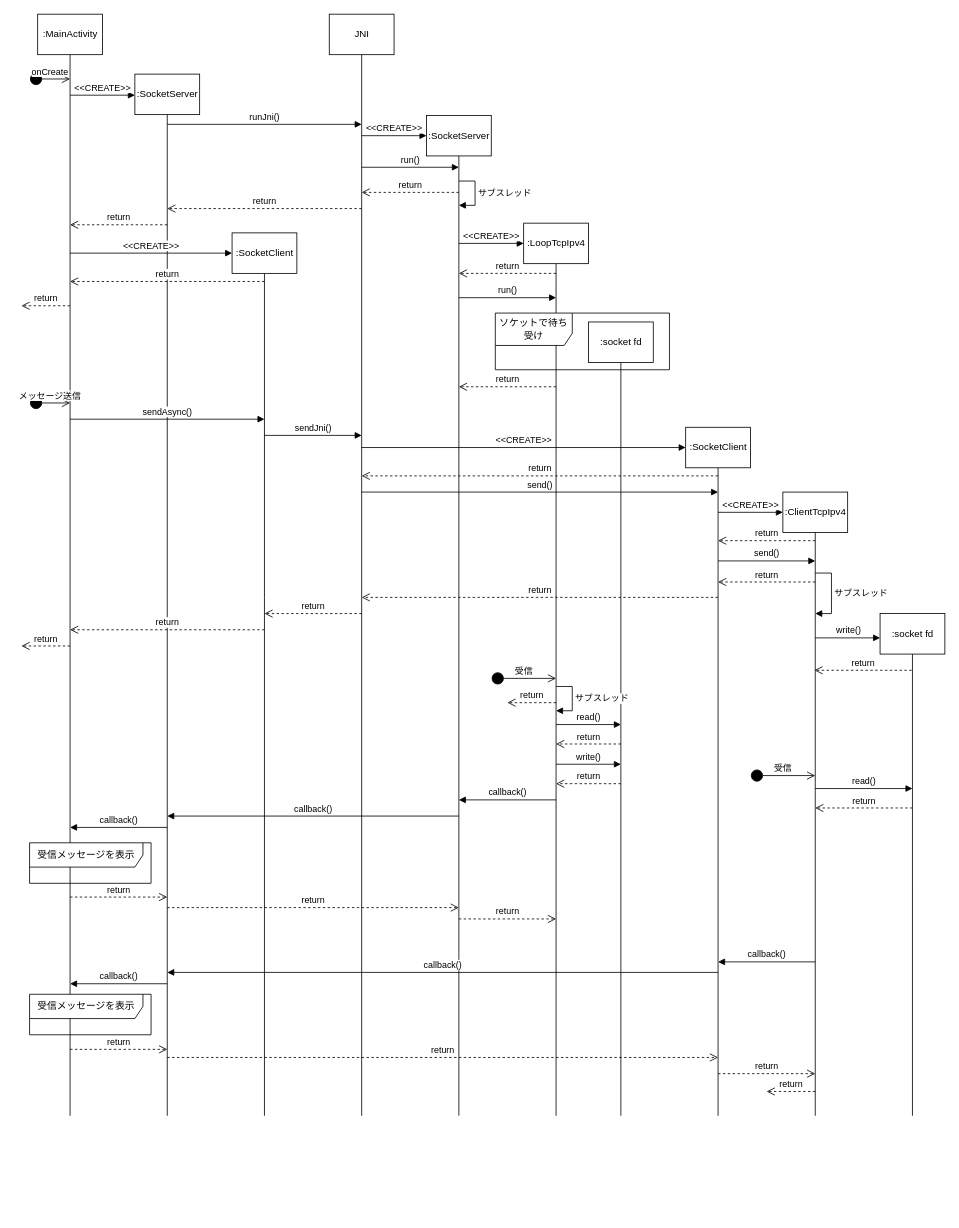
Before: ndk-socket/design_ipv4_tcp.drawio in seabat/android-network-samples, a draw.io diagram. Source tidied: cells renumbered, new cells numbered last; positions are measured from the earlier drawing's top-left corner, leaving out a move shared by most shapes. Both pictures are drawn from the tidied source at 81%, with x=0, y=0 at pixel (21, 14).
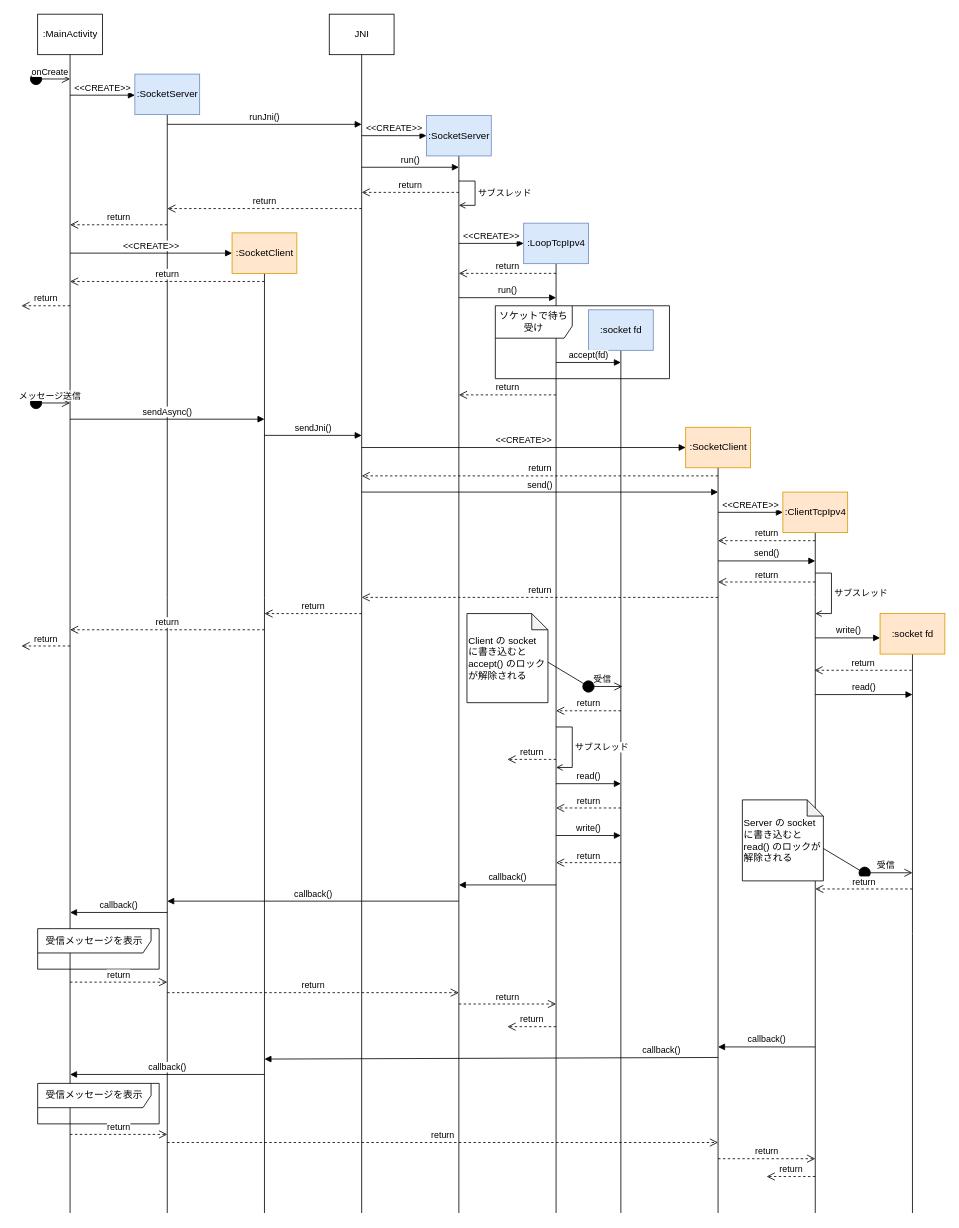
The same diagram, later.

Unchanged cells that the change refers to:
```xml
<mxCell id="3" value=":MainActivity" style="html=1;" parent="1" vertex="1">
  <mxGeometry x="20" width="80" height="50" as="geometry" />
</mxCell>
<mxCell id="9" value="JNI" style="html=1;" parent="1" vertex="1">
  <mxGeometry x="380" width="80" height="50" as="geometry" />
</mxCell>
```

Diff of the diagram source:
```diff
@@
     <mxCell id="2" style="edgeStyle=orthogonalEdgeStyle;rounded=0;jettySize=auto;html=1;endArrow=none;endFill=0;" parent="1" edge="1" source="3">
       <mxGeometry relative="1" as="geometry">
-        <mxPoint x="60" y="1360" as="targetPoint" />
+        <mxPoint x="60" y="1480" as="targetPoint" />
       </mxGeometry>
     </mxCell>
@@
     <mxCell id="4" style="edgeStyle=orthogonalEdgeStyle;rounded=0;jettySize=auto;html=1;endArrow=none;endFill=0;" parent="1" edge="1" source="5">
       <mxGeometry relative="1" as="geometry">
-        <mxPoint x="180" y="1360" as="targetPoint" />
+        <mxPoint x="180" y="1480" as="targetPoint" />
         <Array as="points">
           <mxPoint x="180" y="720" />
         </Array>
       </mxGeometry>
     </mxCell>
-    <mxCell id="5" value=":SocketServer" style="html=1;" parent="1" vertex="1">
+    <mxCell id="5" value=":SocketServer" style="html=1;fillColor=#dae8fc;strokeColor=#6c8ebf;" parent="1" vertex="1">
       <mxGeometry x="140" y="74" width="80" height="50" as="geometry" />
     </mxCell>
     <mxCell id="6" style="edgeStyle=orthogonalEdgeStyle;rounded=0;jettySize=auto;html=1;endArrow=none;endFill=0;" parent="1" edge="1" source="7">
       <mxGeometry relative="1" as="geometry">
-        <mxPoint x="300" y="1360" as="targetPoint" />
+        <mxPoint x="300" y="1480" as="targetPoint" />
         <Array as="points">
           <mxPoint x="300" y="720" />
         </Array>
       </mxGeometry>
     </mxCell>
-    <mxCell id="7" value=":SocketClient" style="html=1;" parent="1" vertex="1">
+    <mxCell id="7" value=":SocketClient" style="html=1;fillColor=#ffe6cc;strokeColor=#d79b00;" parent="1" vertex="1">
       <mxGeometry x="260" y="270" width="80" height="50" as="geometry" />
     </mxCell>
     <mxCell id="8" style="edgeStyle=orthogonalEdgeStyle;rounded=0;jettySize=auto;html=1;endArrow=none;endFill=0;" parent="1" edge="1" source="9">
       <mxGeometry relative="1" as="geometry">
-        <mxPoint x="420" y="1360" as="targetPoint" />
+        <mxPoint x="420" y="1480" as="targetPoint" />
         <Array as="points">
           <mxPoint x="420" y="720" />
         </Array>
       </mxGeometry>
     </mxCell>
@@
     <mxCell id="10" style="edgeStyle=orthogonalEdgeStyle;rounded=0;jettySize=auto;html=1;endArrow=none;endFill=0;" parent="1" edge="1" source="11">
       <mxGeometry relative="1" as="geometry">
-        <mxPoint x="540" y="1360" as="targetPoint" />
+        <mxPoint x="540" y="1480" as="targetPoint" />
         <Array as="points">
           <mxPoint x="540" y="720" />
         </Array>
       </mxGeometry>
     </mxCell>
-    <mxCell id="11" value=":SocketServer" style="html=1;" parent="1" vertex="1">
+    <mxCell id="11" value=":SocketServer" style="html=1;fillColor=#dae8fc;strokeColor=#6c8ebf;" parent="1" vertex="1">
       <mxGeometry x="500" y="125" width="80" height="50" as="geometry" />
     </mxCell>
     <mxCell id="12" style="edgeStyle=orthogonalEdgeStyle;rounded=0;jettySize=auto;html=1;endArrow=none;endFill=0;" parent="1" edge="1" source="13">
       <mxGeometry relative="1" as="geometry">
-        <mxPoint x="860" y="1360" as="targetPoint" />
+        <mxPoint x="860" y="1480" as="targetPoint" />
         <Array as="points">
           <mxPoint x="860" y="720" />
         </Array>
       </mxGeometry>
     </mxCell>
-    <mxCell id="13" value=":SocketClient" style="html=1;" parent="1" vertex="1">
+    <mxCell id="13" value=":SocketClient" style="html=1;fillColor=#ffe6cc;strokeColor=#d79b00;" parent="1" vertex="1">
       <mxGeometry x="820" y="510" width="80" height="50" as="geometry" />
     </mxCell>
     <mxCell id="14" style="edgeStyle=orthogonalEdgeStyle;rounded=0;jettySize=auto;html=1;endArrow=none;endFill=0;" parent="1" edge="1" source="15">
       <mxGeometry relative="1" as="geometry">
-        <mxPoint x="660" y="1360" as="targetPoint" />
+        <mxPoint x="660" y="1480" as="targetPoint" />
         <Array as="points">
           <mxPoint x="660" y="720" />
         </Array>
       </mxGeometry>
     </mxCell>
-    <mxCell id="15" value=":LoopTcpIpv4" style="html=1;" parent="1" vertex="1">
+    <mxCell id="15" value=":LoopTcpIpv4" style="html=1;fillColor=#dae8fc;strokeColor=#6c8ebf;" parent="1" vertex="1">
       <mxGeometry x="620" y="258" width="80" height="50" as="geometry" />
     </mxCell>
     <mxCell id="16" style="edgeStyle=orthogonalEdgeStyle;rounded=0;jettySize=auto;html=1;endArrow=none;endFill=0;" parent="1" edge="1" source="17">
       <mxGeometry relative="1" as="geometry">
-        <mxPoint x="980" y="1360" as="targetPoint" />
+        <mxPoint x="980" y="1480" as="targetPoint" />
         <Array as="points">
           <mxPoint x="980" y="720" />
         </Array>
       </mxGeometry>
     </mxCell>
-    <mxCell id="17" value=":ClientTcpIpv4" style="html=1;" parent="1" vertex="1">
+    <mxCell id="17" value=":ClientTcpIpv4" style="html=1;fillColor=#ffe6cc;strokeColor=#d79b00;" parent="1" vertex="1">
       <mxGeometry x="940" y="590" width="80" height="50" as="geometry" />
     </mxCell>
@@
     <mxCell id="27" value="ソケットで待ち受け" style="shape=umlFrame;whiteSpace=wrap;html=1;width=95;height=40;" parent="1" vertex="1">
-      <mxGeometry x="585" y="369" width="215" height="70" as="geometry" />
+      <mxGeometry x="585" y="360" width="215" height="90" as="geometry" />
     </mxCell>
@@
     <mxCell id="39" value="受信" style="html=1;verticalAlign=bottom;startArrow=circle;startFill=1;endArrow=open;startSize=6;endSize=8;rounded=0;" parent="1" edge="1">
       <mxGeometry relative="1" as="geometry">
-        <mxPoint x="580" y="820" as="sourcePoint" />
-        <mxPoint x="660" y="820" as="targetPoint" />
+        <mxPoint x="692" y="830" as="sourcePoint" />
+        <mxPoint x="742" y="830" as="targetPoint" />
       </mxGeometry>
     </mxCell>
@@
     <mxCell id="42" style="edgeStyle=orthogonalEdgeStyle;rounded=0;jettySize=auto;html=1;endArrow=none;endFill=0;" parent="1" edge="1" source="43">
       <mxGeometry relative="1" as="geometry">
-        <mxPoint x="740" y="1360" as="targetPoint" />
+        <mxPoint x="740" y="1480" as="targetPoint" />
       </mxGeometry>
     </mxCell>
-    <mxCell id="43" value=":socket fd" style="html=1;" parent="1" vertex="1">
-      <mxGeometry x="700" y="380" width="80" height="50" as="geometry" />
+    <mxCell id="43" value=":socket fd" style="html=1;fillColor=#dae8fc;strokeColor=#6c8ebf;" parent="1" vertex="1">
+      <mxGeometry x="700" y="365" width="80" height="50" as="geometry" />
     </mxCell>
     <mxCell id="44" style="edgeStyle=orthogonalEdgeStyle;rounded=0;jettySize=auto;html=1;endArrow=none;endFill=0;exitX=0.5;exitY=1;exitDx=0;exitDy=0;" parent="1" edge="1" source="45">
       <mxGeometry relative="1" as="geometry">
-        <mxPoint x="1100" y="1360" as="targetPoint" />
+        <mxPoint x="1100" y="1480" as="targetPoint" />
       </mxGeometry>
     </mxCell>
-    <mxCell id="45" value=":socket fd" style="html=1;" parent="1" vertex="1">
+    <mxCell id="45" value=":socket fd" style="html=1;fillColor=#ffe6cc;strokeColor=#d79b00;" parent="1" vertex="1">
       <mxGeometry x="1060" y="740" width="80" height="50" as="geometry" />
     </mxCell>
@@
     <mxCell id="47" value="read()" style="html=1;verticalAlign=bottom;endArrow=block;rounded=0;" parent="1" edge="1">
       <mxGeometry relative="1" as="geometry">
-        <mxPoint x="660" y="877" as="sourcePoint" />
-        <mxPoint x="740" y="877" as="targetPoint" />
+        <mxPoint x="660" y="950" as="sourcePoint" />
+        <mxPoint x="740" y="950" as="targetPoint" />
       </mxGeometry>
     </mxCell>
     <mxCell id="48" value="write()" style="html=1;verticalAlign=bottom;endArrow=block;rounded=0;" parent="1" edge="1">
       <mxGeometry relative="1" as="geometry">
-        <mxPoint x="660" y="926" as="sourcePoint" />
-        <mxPoint x="740" y="926" as="targetPoint" />
+        <mxPoint x="660" y="1014" as="sourcePoint" />
+        <mxPoint x="740" y="1014" as="targetPoint" />
       </mxGeometry>
     </mxCell>
     <mxCell id="49" value="return" style="html=1;verticalAlign=bottom;endArrow=open;dashed=1;endSize=8;rounded=0;" parent="1" edge="1">
       <mxGeometry relative="1" as="geometry">
-        <mxPoint x="740" y="901" as="sourcePoint" />
-        <mxPoint x="660" y="901" as="targetPoint" />
+        <mxPoint x="740" y="980" as="sourcePoint" />
+        <mxPoint x="660" y="980" as="targetPoint" />
       </mxGeometry>
     </mxCell>
     <mxCell id="50" value="return" style="html=1;verticalAlign=bottom;endArrow=open;dashed=1;endSize=8;rounded=0;" parent="1" edge="1">
       <mxGeometry relative="1" as="geometry">
-        <mxPoint x="740" y="950" as="sourcePoint" />
-        <mxPoint x="660" y="950" as="targetPoint" />
+        <mxPoint x="740" y="1047.5" as="sourcePoint" />
+        <mxPoint x="660" y="1047.5" as="targetPoint" />
       </mxGeometry>
     </mxCell>
     <mxCell id="51" value="受信" style="html=1;verticalAlign=bottom;startArrow=circle;startFill=1;endArrow=open;startSize=6;endSize=8;rounded=0;" parent="1" edge="1">
       <mxGeometry relative="1" as="geometry">
-        <mxPoint x="900" y="940" as="sourcePoint" />
-        <mxPoint x="980" y="940" as="targetPoint" />
+        <mxPoint x="1033" y="1060" as="sourcePoint" />
+        <mxPoint x="1100" y="1060" as="targetPoint" />
       </mxGeometry>
     </mxCell>
     <mxCell id="52" value="read()" style="html=1;verticalAlign=bottom;endArrow=block;rounded=0;" parent="1" edge="1">
       <mxGeometry relative="1" as="geometry">
-        <mxPoint x="980" y="956" as="sourcePoint" />
-        <mxPoint x="1100" y="956" as="targetPoint" />
+        <mxPoint x="980" y="840" as="sourcePoint" />
+        <mxPoint x="1100" y="840" as="targetPoint" />
       </mxGeometry>
     </mxCell>
     <mxCell id="53" value="return" style="html=1;verticalAlign=bottom;endArrow=open;dashed=1;endSize=8;rounded=0;" parent="1" edge="1">
       <mxGeometry relative="1" as="geometry">
-        <mxPoint x="1100" y="980" as="sourcePoint" />
-        <mxPoint x="980" y="980" as="targetPoint" />
+        <mxPoint x="1100" y="1080" as="sourcePoint" />
+        <mxPoint x="980" y="1080" as="targetPoint" />
       </mxGeometry>
     </mxCell>
@@
-    <mxCell id="56" value="サブスレッド" style="edgeStyle=orthogonalEdgeStyle;html=1;align=left;spacingLeft=2;endArrow=block;rounded=0;" parent="1" edge="1">
+    <mxCell id="56" value="サブスレッド" style="edgeStyle=orthogonalEdgeStyle;html=1;align=left;spacingLeft=2;endArrow=open;rounded=0;endFill=0;" parent="1" edge="1">
       <mxGeometry relative="1" as="geometry">
         <mxPoint x="980" y="690" as="sourcePoint" />
         <mxPoint x="980" y="740" as="targetPoint" />
         <Array as="points">
           <mxPoint x="1000" y="690" />
           <mxPoint x="1000" y="740" />
           <mxPoint x="985" y="740" />
         </Array>
       </mxGeometry>
     </mxCell>
-    <mxCell id="57" value="サブスレッド" style="edgeStyle=orthogonalEdgeStyle;html=1;align=left;spacingLeft=2;endArrow=block;rounded=0;" parent="1" edge="1">
+    <mxCell id="57" value="サブスレッド" style="edgeStyle=orthogonalEdgeStyle;html=1;align=left;spacingLeft=2;endArrow=open;rounded=0;endFill=0;" parent="1" edge="1">
       <mxGeometry relative="1" as="geometry">
         <mxPoint x="540" y="206" as="sourcePoint" />
         <mxPoint x="540" y="236" as="targetPoint" />
         <Array as="points">
           <mxPoint x="560" y="206" />
           <mxPoint x="560" y="236" />
         </Array>
       </mxGeometry>
     </mxCell>
@@
     <mxCell id="60" value="return" style="html=1;verticalAlign=bottom;endArrow=open;dashed=1;endSize=8;rounded=0;" parent="1" edge="1">
       <mxGeometry relative="1" as="geometry">
-        <mxPoint x="660" y="460" as="sourcePoint" />
-        <mxPoint x="540" y="460" as="targetPoint" />
+        <mxPoint x="660" y="470" as="sourcePoint" />
+        <mxPoint x="540" y="470" as="targetPoint" />
       </mxGeometry>
     </mxCell>
@@
     <mxCell id="65" value="callback()" style="html=1;verticalAlign=bottom;endArrow=block;rounded=0;" parent="1" edge="1">
       <mxGeometry relative="1" as="geometry">
-        <mxPoint x="660" y="970" as="sourcePoint" />
-        <mxPoint x="540" y="970" as="targetPoint" />
+        <mxPoint x="660" y="1075" as="sourcePoint" />
+        <mxPoint x="540" y="1075" as="targetPoint" />
       </mxGeometry>
     </mxCell>
     <mxCell id="66" value="callback()" style="html=1;verticalAlign=bottom;endArrow=block;rounded=0;" parent="1" edge="1">
       <mxGeometry relative="1" as="geometry">
-        <mxPoint x="540" y="990" as="sourcePoint" />
-        <mxPoint x="180" y="990" as="targetPoint" />
+        <mxPoint x="540" y="1095" as="sourcePoint" />
+        <mxPoint x="180" y="1095" as="targetPoint" />
       </mxGeometry>
     </mxCell>
     <mxCell id="67" value="callback()" style="html=1;verticalAlign=bottom;endArrow=block;rounded=0;" parent="1" edge="1">
       <mxGeometry relative="1" as="geometry">
-        <mxPoint x="180" y="1004" as="sourcePoint" />
-        <mxPoint x="60" y="1004" as="targetPoint" />
+        <mxPoint x="180" y="1109" as="sourcePoint" />
+        <mxPoint x="60" y="1109" as="targetPoint" />
       </mxGeometry>
     </mxCell>
     <mxCell id="68" value="受信メッセージを表示" style="shape=umlFrame;whiteSpace=wrap;html=1;width=140;height=30;" parent="1" vertex="1">
-      <mxGeometry x="10" y="1023" width="150" height="50" as="geometry" />
+      <mxGeometry x="20" y="1129" width="150" height="50" as="geometry" />
     </mxCell>
     <mxCell id="69" value="return" style="html=1;verticalAlign=bottom;endArrow=open;dashed=1;endSize=8;rounded=0;" parent="1" edge="1">
       <mxGeometry relative="1" as="geometry">
-        <mxPoint x="60" y="1090" as="sourcePoint" />
-        <mxPoint x="180" y="1090" as="targetPoint" />
+        <mxPoint x="60" y="1195" as="sourcePoint" />
+        <mxPoint x="180" y="1195" as="targetPoint" />
       </mxGeometry>
     </mxCell>
     <mxCell id="70" value="return" style="html=1;verticalAlign=bottom;endArrow=open;dashed=1;endSize=8;rounded=0;" parent="1" edge="1">
       <mxGeometry relative="1" as="geometry">
-        <mxPoint x="180" y="1103" as="sourcePoint" />
-        <mxPoint x="540" y="1103" as="targetPoint" />
+        <mxPoint x="180" y="1208" as="sourcePoint" />
+        <mxPoint x="540" y="1208" as="targetPoint" />
       </mxGeometry>
     </mxCell>
     <mxCell id="71" value="return" style="html=1;verticalAlign=bottom;endArrow=open;dashed=1;endSize=8;rounded=0;" parent="1" edge="1">
       <mxGeometry relative="1" as="geometry">
-        <mxPoint x="540" y="1117" as="sourcePoint" />
-        <mxPoint x="660" y="1117" as="targetPoint" />
+        <mxPoint x="540" y="1222" as="sourcePoint" />
+        <mxPoint x="660" y="1222" as="targetPoint" />
       </mxGeometry>
     </mxCell>
     <mxCell id="72" value="callback()" style="html=1;verticalAlign=bottom;endArrow=block;rounded=0;" parent="1" edge="1">
       <mxGeometry relative="1" as="geometry">
-        <mxPoint x="980" y="1170" as="sourcePoint" />
-        <mxPoint x="860" y="1170" as="targetPoint" />
+        <mxPoint x="980" y="1275" as="sourcePoint" />
+        <mxPoint x="860" y="1275" as="targetPoint" />
       </mxGeometry>
     </mxCell>
     <mxCell id="73" value="callback()" style="html=1;verticalAlign=bottom;endArrow=block;rounded=0;" parent="1" edge="1">
-      <mxGeometry relative="1" as="geometry">
-        <mxPoint x="860" y="1183" as="sourcePoint" />
-        <mxPoint x="180" y="1183" as="targetPoint" />
+      <mxGeometry x="-0.75" relative="1" as="geometry">
+        <mxPoint x="860" y="1288" as="sourcePoint" />
+        <mxPoint x="300" y="1290" as="targetPoint" />
       </mxGeometry>
     </mxCell>
     <mxCell id="74" value="callback()" style="html=1;verticalAlign=bottom;endArrow=block;rounded=0;" parent="1" edge="1">
       <mxGeometry relative="1" as="geometry">
-        <mxPoint x="180" y="1197" as="sourcePoint" />
-        <mxPoint x="60" y="1197" as="targetPoint" />
+        <mxPoint x="300" y="1309" as="sourcePoint" />
+        <mxPoint x="60" y="1309" as="targetPoint" />
       </mxGeometry>
     </mxCell>
     <mxCell id="75" value="受信メッセージを表示" style="shape=umlFrame;whiteSpace=wrap;html=1;width=140;height=30;" parent="1" vertex="1">
-      <mxGeometry x="10" y="1210" width="150" height="50" as="geometry" />
+      <mxGeometry x="20" y="1320" width="150" height="50" as="geometry" />
     </mxCell>
     <mxCell id="76" value="return" style="html=1;verticalAlign=bottom;endArrow=open;dashed=1;endSize=8;rounded=0;" parent="1" edge="1">
       <mxGeometry relative="1" as="geometry">
-        <mxPoint x="60" y="1278" as="sourcePoint" />
-        <mxPoint x="180" y="1278" as="targetPoint" />
+        <mxPoint x="60" y="1383" as="sourcePoint" />
+        <mxPoint x="180" y="1383" as="targetPoint" />
       </mxGeometry>
     </mxCell>
     <mxCell id="77" value="return" style="html=1;verticalAlign=bottom;endArrow=open;dashed=1;endSize=8;rounded=0;" parent="1" edge="1">
       <mxGeometry relative="1" as="geometry">
-        <mxPoint x="180" y="1288" as="sourcePoint" />
-        <mxPoint x="860" y="1288" as="targetPoint" />
+        <mxPoint x="180" y="1393" as="sourcePoint" />
+        <mxPoint x="860" y="1393" as="targetPoint" />
       </mxGeometry>
     </mxCell>
     <mxCell id="78" value="return" style="html=1;verticalAlign=bottom;endArrow=open;dashed=1;endSize=8;rounded=0;" parent="1" edge="1">
       <mxGeometry relative="1" as="geometry">
-        <mxPoint x="860" y="1308" as="sourcePoint" />
-        <mxPoint x="980" y="1308" as="targetPoint" />
+        <mxPoint x="860" y="1413" as="sourcePoint" />
+        <mxPoint x="980" y="1413" as="targetPoint" />
       </mxGeometry>
     </mxCell>
     <mxCell id="79" value="return" style="html=1;verticalAlign=bottom;endArrow=open;dashed=1;endSize=8;rounded=0;" parent="1" edge="1">
       <mxGeometry relative="1" as="geometry">
-        <mxPoint x="660" y="850" as="sourcePoint" />
-        <mxPoint x="600" y="850" as="targetPoint" />
+        <mxPoint x="660" y="920" as="sourcePoint" />
+        <mxPoint x="600" y="920" as="targetPoint" />
       </mxGeometry>
     </mxCell>
     <mxCell id="80" value="return" style="html=1;verticalAlign=bottom;endArrow=open;dashed=1;endSize=8;rounded=0;" parent="1" edge="1">
       <mxGeometry relative="1" as="geometry">
-        <mxPoint x="980" y="1330" as="sourcePoint" />
-        <mxPoint x="920" y="1330" as="targetPoint" />
+        <mxPoint x="980" y="1435" as="sourcePoint" />
+        <mxPoint x="920" y="1435" as="targetPoint" />
       </mxGeometry>
     </mxCell>
-    <mxCell id="81" value="サブスレッド" style="edgeStyle=orthogonalEdgeStyle;html=1;align=left;spacingLeft=2;endArrow=block;rounded=0;" parent="1" edge="1">
+    <mxCell id="81" value="サブスレッド" style="edgeStyle=orthogonalEdgeStyle;html=1;align=left;spacingLeft=2;endArrow=open;rounded=0;endFill=0;" parent="1" edge="1">
       <mxGeometry relative="1" as="geometry">
-        <mxPoint x="660" y="830" as="sourcePoint" />
-        <mxPoint x="660" y="860" as="targetPoint" />
+        <mxPoint x="660" y="880" as="sourcePoint" />
+        <mxPoint x="660" y="930" as="targetPoint" />
         <Array as="points">
-          <mxPoint x="680" y="830" />
-          <mxPoint x="680" y="860" />
+          <mxPoint x="680" y="880" />
+          <mxPoint x="680" y="930" />
+          <mxPoint x="660" y="930" />
         </Array>
       </mxGeometry>
     </mxCell>
+    <mxCell id="82" value="Client の socket に書き込むとaccept() のロックが解除される" style="shape=note;whiteSpace=wrap;html=1;backgroundOutline=1;darkOpacity=0.05;size=20;align=left;" parent="1" vertex="1">
+      <mxGeometry x="550" y="740" width="100" height="110" as="geometry" />
+    </mxCell>
+    <mxCell id="83" style="endArrow=none;html=1;rounded=0;" parent="1" edge="1">
+      <mxGeometry relative="1" as="geometry">
+        <mxPoint x="700" y="830" as="sourcePoint" />
+        <mxPoint x="650" y="800" as="targetPoint" />
+      </mxGeometry>
+    </mxCell>
+    <mxCell id="84" value="accept(fd)" style="html=1;verticalAlign=bottom;endArrow=block;rounded=0;" parent="1" edge="1">
+      <mxGeometry relative="1" as="geometry">
+        <mxPoint x="660" y="430" as="sourcePoint" />
+        <mxPoint x="740" y="430" as="targetPoint" />
+      </mxGeometry>
+    </mxCell>
+    <mxCell id="85" value="return" style="html=1;verticalAlign=bottom;endArrow=open;dashed=1;endSize=8;rounded=0;" parent="1" edge="1">
+      <mxGeometry relative="1" as="geometry">
+        <mxPoint x="740" y="860" as="sourcePoint" />
+        <mxPoint x="660" y="860" as="targetPoint" />
+      </mxGeometry>
+    </mxCell>
+    <mxCell id="86" value="Server の socket に書き込むとread() のロックが解除される" style="shape=note;whiteSpace=wrap;html=1;backgroundOutline=1;darkOpacity=0.05;size=20;align=left;" parent="1" vertex="1">
+      <mxGeometry x="890" y="970" width="100" height="100" as="geometry" />
+    </mxCell>
+    <mxCell id="87" style="endArrow=none;html=1;rounded=0;" parent="1" edge="1">
+      <mxGeometry relative="1" as="geometry">
+        <mxPoint x="1040" y="1060" as="sourcePoint" />
+        <mxPoint x="990" y="1030" as="targetPoint" />
+      </mxGeometry>
+    </mxCell>
+    <mxCell id="88" value="return" style="html=1;verticalAlign=bottom;endArrow=open;dashed=1;endSize=8;rounded=0;" parent="1" edge="1">
+      <mxGeometry relative="1" as="geometry">
+        <mxPoint x="660" y="1250" as="sourcePoint" />
+        <mxPoint x="600" y="1250" as="targetPoint" />
+      </mxGeometry>
+    </mxCell>
```
